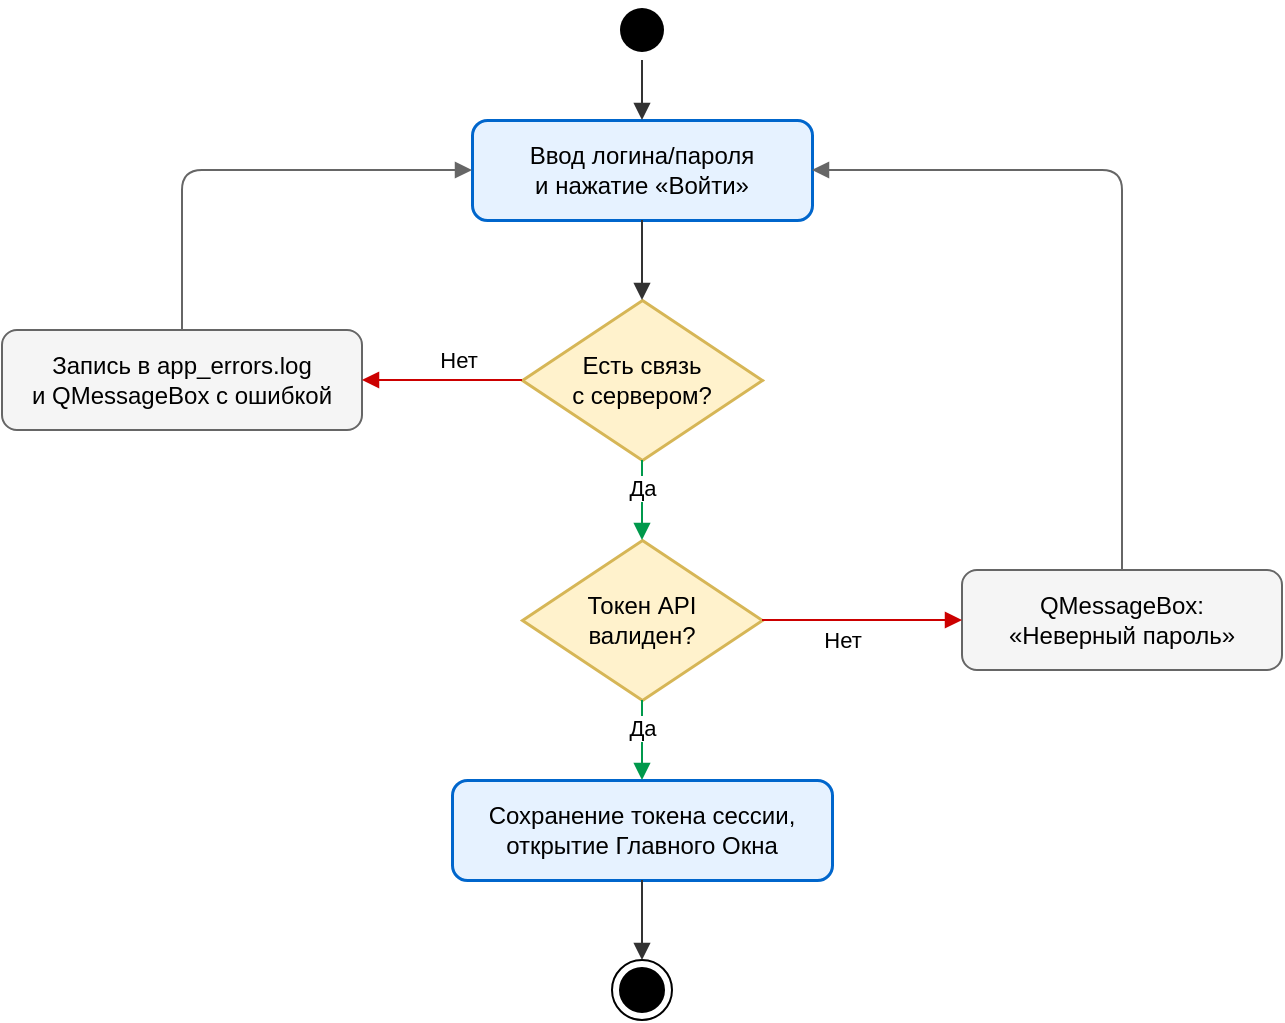
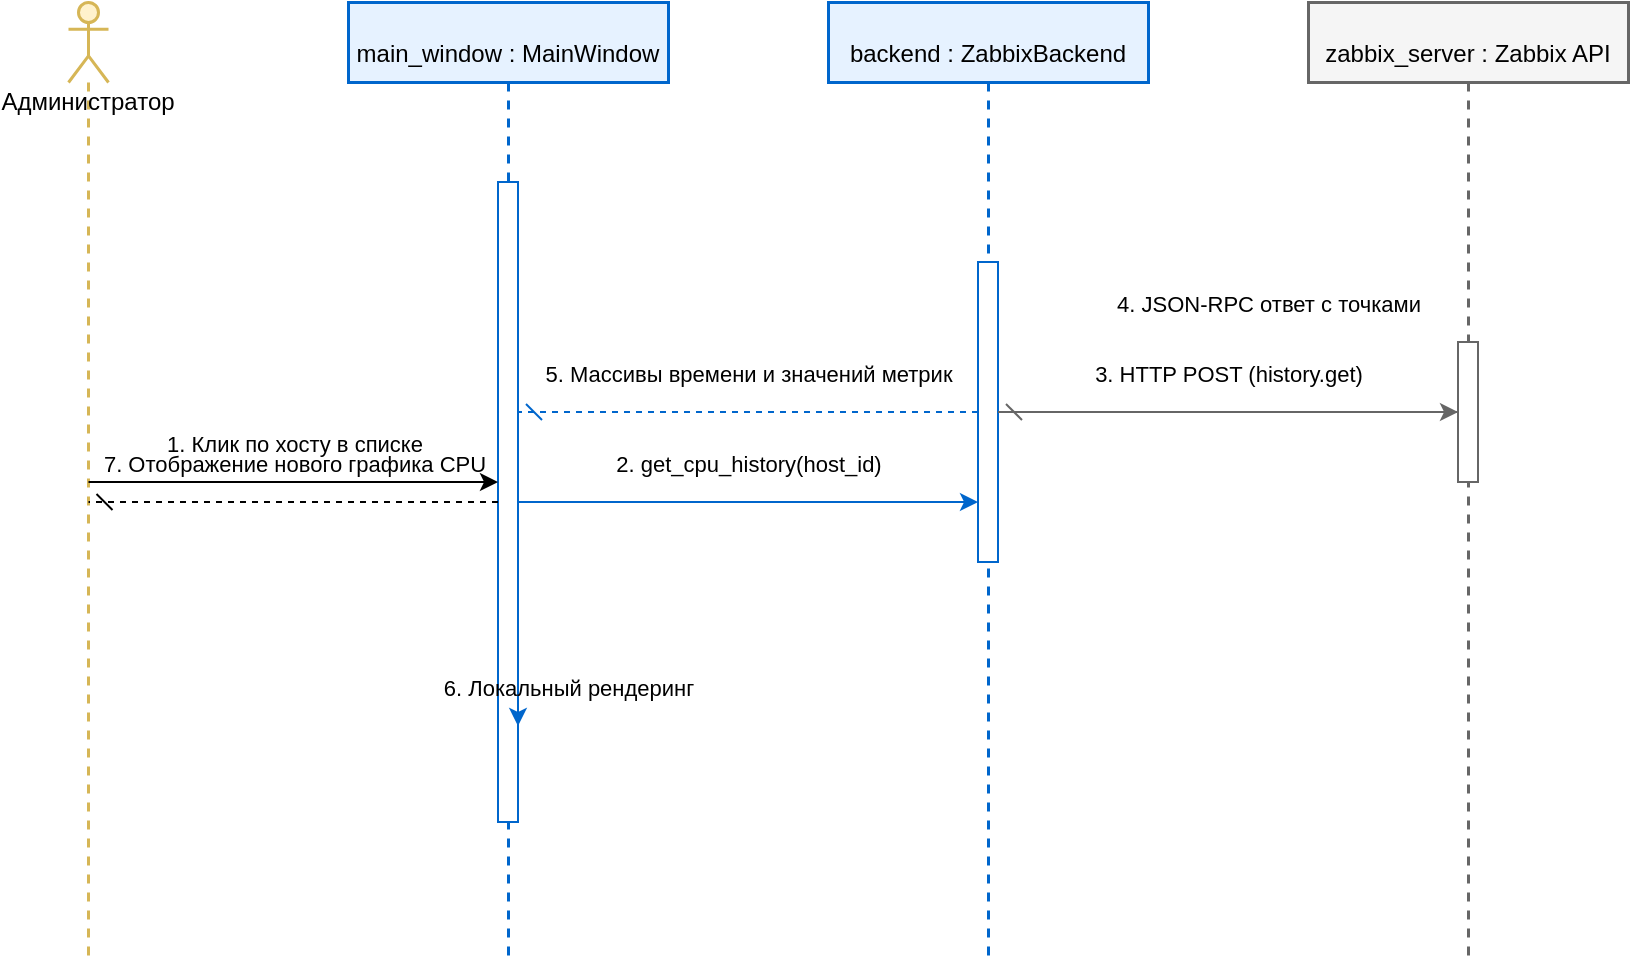
<mxfile host="app.diagrams.net">
-   <diagram name="Диаграмма деятельности" id="65SV-HAAZTgRo7S4jJKr">
-     <mxGraphModel dx="1516" dy="1313" grid="1" gridSize="10" guides="1" tooltips="1" connect="1" arrows="1" fold="1" page="1" pageScale="1" pageWidth="827" pageHeight="1169" math="0" shadow="0">
+   <diagram id="excalRGQqLyokMRfeQJw" name="Диаграмма последовательности">
+     <mxGraphModel dx="2343" dy="1313" grid="1" gridSize="10" guides="1" tooltips="1" connect="1" arrows="1" fold="1" page="1" pageScale="1" pageWidth="827" pageHeight="1169" math="0" shadow="0">
      <root>
        <mxCell id="0" />
        <mxCell id="1" parent="0" />
-         <mxCell id="gegtC7HxZWgpFShu-0Bw-91" parent="1" style="ellipse;html=1;shape=startState;fillColor=#000000;strokeColor=none;" value="" vertex="1">
-           <mxGeometry height="30" width="30" x="1555" y="230" as="geometry" />
+         <mxCell id="nHjHnhpBp_CfvuBjVPRU-119" parent="1" style="shape=umlLifeline;participant=umlActor;perimeter=lifelinePerimeter;whiteSpace=wrap;html=1;container=1;collapsible=0;recursiveResize=0;verticalAlign=top;spacingTop=36;outlineConnect=0;strokeWidth=1.5;fillColor=#FFF2CC;strokeColor=#D6B656;" value="Администратор" vertex="1">
+           <mxGeometry height="480" width="20" x="210" y="490" as="geometry" />
        </mxCell>
-         <mxCell id="gegtC7HxZWgpFShu-0Bw-92" parent="1" style="html=1;whiteSpace=wrap;rounded=1;fillColor=#E6F2FF;strokeColor=#0066CC;strokeWidth=1.5;align=center;" value="Ввод логина/пароля&#xa;и нажатие «Войти»" vertex="1">
-           <mxGeometry height="50" width="170" x="1485" y="290" as="geometry" />
+         <mxCell id="nHjHnhpBp_CfvuBjVPRU-120" parent="1" style="shape=umlLifeline;perimeter=lifelinePerimeter;whiteSpace=wrap;html=1;container=1;collapsible=0;recursiveResize=0;verticalAlign=top;spacingTop=12;outlineConnect=0;strokeWidth=1.5;fillColor=#E6F2FF;strokeColor=#0066CC;" value="main_window : MainWindow" vertex="1">
+           <mxGeometry height="480" width="160" x="350" y="490" as="geometry" />
        </mxCell>
-         <mxCell id="gegtC7HxZWgpFShu-0Bw-93" parent="1" style="rhombus;whiteSpace=wrap;html=1;fillColor=#FFF2CC;strokeColor=#D6B656;strokeWidth=1.5;align=center;" value="Есть связь&#xa;с сервером?" vertex="1">
-           <mxGeometry height="80" width="120" x="1510" y="380" as="geometry" />
+         <mxCell id="nHjHnhpBp_CfvuBjVPRU-121" parent="nHjHnhpBp_CfvuBjVPRU-120" style="html=1;points=[];perimeter=orthogonalPerimeter;fillColor=#FFFFFF;strokeColor=#0066CC;" value="" vertex="1">
+           <mxGeometry height="320" width="10" x="75" y="90" as="geometry" />
        </mxCell>
-         <mxCell id="gegtC7HxZWgpFShu-0Bw-94" parent="1" style="html=1;whiteSpace=wrap;rounded=1;fillColor=#F5F5F5;strokeColor=#666666;align=center;" value="Запись в app_errors.log&#xa;и QMessageBox с ошибкой" vertex="1">
-           <mxGeometry height="50" width="180" x="1250" y="395" as="geometry" />
+         <mxCell id="nHjHnhpBp_CfvuBjVPRU-122" parent="1" style="shape=umlLifeline;perimeter=lifelinePerimeter;whiteSpace=wrap;html=1;container=1;collapsible=0;recursiveResize=0;verticalAlign=top;spacingTop=12;outlineConnect=0;strokeWidth=1.5;fillColor=#E6F2FF;strokeColor=#0066CC;" value="backend : ZabbixBackend" vertex="1">
+           <mxGeometry height="480" width="160" x="590" y="490" as="geometry" />
        </mxCell>
-         <mxCell id="gegtC7HxZWgpFShu-0Bw-95" parent="1" style="rhombus;whiteSpace=wrap;html=1;fillColor=#FFF2CC;strokeColor=#D6B656;strokeWidth=1.5;align=center;" value="Токен API&#xa;валиден?" vertex="1">
-           <mxGeometry height="80" width="120" x="1510" y="500" as="geometry" />
+         <mxCell id="nHjHnhpBp_CfvuBjVPRU-123" parent="nHjHnhpBp_CfvuBjVPRU-122" style="html=1;points=[];perimeter=orthogonalPerimeter;fillColor=#FFFFFF;strokeColor=#0066CC;" value="" vertex="1">
+           <mxGeometry height="150" width="10" x="75" y="130" as="geometry" />
        </mxCell>
-         <mxCell id="gegtC7HxZWgpFShu-0Bw-96" parent="1" style="html=1;whiteSpace=wrap;rounded=1;fillColor=#F5F5F5;strokeColor=#666666;align=center;" value="QMessageBox:&#xa;«Неверный пароль»" vertex="1">
-           <mxGeometry height="50" width="160" x="1730" y="515" as="geometry" />
+         <mxCell id="nHjHnhpBp_CfvuBjVPRU-124" parent="1" style="shape=umlLifeline;perimeter=lifelinePerimeter;whiteSpace=wrap;html=1;container=1;collapsible=0;recursiveResize=0;verticalAlign=top;spacingTop=12;outlineConnect=0;strokeWidth=1.5;fillColor=#F5F5F5;strokeColor=#666666;" value="zabbix_server : Zabbix API" vertex="1">
+           <mxGeometry height="480" width="160" x="830" y="490" as="geometry" />
        </mxCell>
-         <mxCell id="gegtC7HxZWgpFShu-0Bw-97" parent="1" style="html=1;whiteSpace=wrap;rounded=1;fillColor=#E6F2FF;strokeColor=#0066CC;strokeWidth=1.5;align=center;" value="Сохранение токена сессии,&#xa;открытие Главного Окна" vertex="1">
-           <mxGeometry height="50" width="190" x="1475" y="620" as="geometry" />
+         <mxCell id="nHjHnhpBp_CfvuBjVPRU-125" parent="nHjHnhpBp_CfvuBjVPRU-124" style="html=1;points=[];perimeter=orthogonalPerimeter;fillColor=#FFFFFF;strokeColor=#666666;" value="" vertex="1">
+           <mxGeometry height="70" width="10" x="75" y="170" as="geometry" />
        </mxCell>
-         <mxCell id="gegtC7HxZWgpFShu-0Bw-98" parent="1" style="ellipse;html=1;shape=endState;fillColor=#000000;strokeColor=#000000;" value="" vertex="1">
-           <mxGeometry height="30" width="30" x="1555" y="710" as="geometry" />
-         </mxCell>
-         <mxCell id="gegtC7HxZWgpFShu-0Bw-99" edge="1" parent="1" source="gegtC7HxZWgpFShu-0Bw-91" style="endArrow=block;endFill=1;html=1;strokeColor=#333333;" target="gegtC7HxZWgpFShu-0Bw-92">
-           <mxGeometry relative="1" as="geometry" />
-         </mxCell>
-         <mxCell id="gegtC7HxZWgpFShu-0Bw-100" edge="1" parent="1" source="gegtC7HxZWgpFShu-0Bw-92" style="endArrow=block;endFill=1;html=1;strokeColor=#333333;" target="gegtC7HxZWgpFShu-0Bw-93">
-           <mxGeometry relative="1" as="geometry" />
-         </mxCell>
-         <mxCell id="gegtC7HxZWgpFShu-0Bw-101" edge="1" parent="1" source="gegtC7HxZWgpFShu-0Bw-93" style="endArrow=block;endFill=1;html=1;strokeColor=#CC0000;exitX=0;exitY=0.5;entryX=1;entryY=0.5;" target="gegtC7HxZWgpFShu-0Bw-94" value="Нет">
-           <mxGeometry relative="1" x="-0.2" y="-10" as="geometry">
+         <mxCell id="nHjHnhpBp_CfvuBjVPRU-126" edge="1" parent="1" source="nHjHnhpBp_CfvuBjVPRU-119" style="endArrow=classic;html=1;verticalAlign=bottom;labelBackgroundColor=none;" target="nHjHnhpBp_CfvuBjVPRU-121" value="1. Клик по хосту в списке">
+           <mxGeometry relative="1" y="10" as="geometry">
            <mxPoint as="offset" />
+             <mxPoint x="230" y="580" as="sourcePoint" />
+             <mxPoint x="420" y="580" as="targetPoint" />
          </mxGeometry>
        </mxCell>
-         <mxCell id="gegtC7HxZWgpFShu-0Bw-102" edge="1" parent="1" source="gegtC7HxZWgpFShu-0Bw-93" style="endArrow=block;endFill=1;html=1;strokeColor=#00994C;exitX=0.5;exitY=1;entryX=0.5;entryY=0;" target="gegtC7HxZWgpFShu-0Bw-95" value="Да">
-           <mxGeometry relative="1" x="-0.3" as="geometry">
+         <mxCell id="nHjHnhpBp_CfvuBjVPRU-127" edge="1" parent="1" source="nHjHnhpBp_CfvuBjVPRU-121" style="endArrow=classic;html=1;verticalAlign=bottom;labelBackgroundColor=none;strokeColor=#0066CC;" target="nHjHnhpBp_CfvuBjVPRU-123" value="2. get_cpu_history(host_id)">
+           <mxGeometry relative="1" y="10" as="geometry">
            <mxPoint as="offset" />
+             <mxPoint x="440" y="620" as="sourcePoint" />
+             <mxPoint x="650" y="620" as="targetPoint" />
          </mxGeometry>
        </mxCell>
-         <mxCell id="gegtC7HxZWgpFShu-0Bw-103" edge="1" parent="1" source="gegtC7HxZWgpFShu-0Bw-95" style="endArrow=block;endFill=1;html=1;strokeColor=#CC0000;exitX=1;exitY=0.5;entryX=0;entryY=0.5;" target="gegtC7HxZWgpFShu-0Bw-96" value="Нет">
-           <mxGeometry relative="1" x="-0.2" y="-10" as="geometry">
+         <mxCell id="nHjHnhpBp_CfvuBjVPRU-128" edge="1" parent="1" source="nHjHnhpBp_CfvuBjVPRU-123" style="endArrow=classic;html=1;verticalAlign=bottom;labelBackgroundColor=none;strokeColor=#666666;" target="nHjHnhpBp_CfvuBjVPRU-125" value="3. HTTP POST (history.get)">
+           <mxGeometry relative="1" y="10" as="geometry">
            <mxPoint as="offset" />
+             <mxPoint x="680" y="660" as="sourcePoint" />
+             <mxPoint x="890" y="660" as="targetPoint" />
          </mxGeometry>
        </mxCell>
-         <mxCell id="gegtC7HxZWgpFShu-0Bw-104" edge="1" parent="1" source="gegtC7HxZWgpFShu-0Bw-95" style="endArrow=block;endFill=1;html=1;strokeColor=#00994C;exitX=0.5;exitY=1;entryX=0.5;entryY=0;" target="gegtC7HxZWgpFShu-0Bw-97" value="Да">
-           <mxGeometry relative="1" x="-0.3" as="geometry">
+         <mxCell id="nHjHnhpBp_CfvuBjVPRU-129" edge="1" parent="1" source="nHjHnhpBp_CfvuBjVPRU-125" style="endArrow=dash;html=1;verticalAlign=bottom;labelBackgroundColor=none;strokeColor=#666666;dashed=1;endFill=1;" target="nHjHnhpBp_CfvuBjVPRU-123" value="4. JSON-RPC ответ с точками">
+           <mxGeometry relative="1" x="-0.1739" y="-45" as="geometry">
            <mxPoint as="offset" />
+             <mxPoint x="890" y="730" as="sourcePoint" />
+             <mxPoint x="680" y="730" as="targetPoint" />
          </mxGeometry>
        </mxCell>
-         <mxCell id="gegtC7HxZWgpFShu-0Bw-105" edge="1" parent="1" source="gegtC7HxZWgpFShu-0Bw-97" style="endArrow=block;endFill=1;html=1;strokeColor=#333333;exitX=0.5;exitY=1;entryX=0.5;entryY=0;" target="gegtC7HxZWgpFShu-0Bw-98">
-           <mxGeometry relative="1" as="geometry" />
+         <mxCell id="nHjHnhpBp_CfvuBjVPRU-130" edge="1" parent="1" source="nHjHnhpBp_CfvuBjVPRU-123" style="endArrow=dash;html=1;verticalAlign=bottom;labelBackgroundColor=none;strokeColor=#0066CC;dashed=1;endFill=1;" target="nHjHnhpBp_CfvuBjVPRU-121" value="5. Массивы времени и значений метрик">
+           <mxGeometry relative="1" y="-10" as="geometry">
+             <mxPoint as="offset" />
+             <mxPoint x="650" y="770" as="sourcePoint" />
+             <mxPoint x="440" y="770" as="targetPoint" />
+           </mxGeometry>
        </mxCell>
-         <mxCell id="gegtC7HxZWgpFShu-0Bw-106" edge="1" parent="1" source="gegtC7HxZWgpFShu-0Bw-94" style="endArrow=block;endFill=1;html=1;strokeColor=#666666;exitX=0.5;exitY=0;entryX=0;entryY=0.5;edgeStyle=orthogonalEdgeStyle;" target="gegtC7HxZWgpFShu-0Bw-92" value="">
-           <mxGeometry relative="1" as="geometry" />
+         <mxCell id="nHjHnhpBp_CfvuBjVPRU-131" edge="1" parent="1" source="nHjHnhpBp_CfvuBjVPRU-121" style="endArrow=classic;html=1;verticalAlign=bottom;labelBackgroundColor=none;strokeColor=#0066CC;edgeStyle=orthogonalEdgeStyle;exitX=1;exitY=0.75;entryX=1;entryY=0.85;" target="nHjHnhpBp_CfvuBjVPRU-121" value="6. Локальный рендеринг">
+           <mxGeometry relative="1" x="0.3333" y="25" as="geometry">
+             <mxPoint as="offset" />
+             <mxPoint x="440" y="800" as="sourcePoint" />
+             <mxPoint x="460" y="830" as="targetPoint" />
+           </mxGeometry>
        </mxCell>
-         <mxCell id="gegtC7HxZWgpFShu-0Bw-107" edge="1" parent="1" source="gegtC7HxZWgpFShu-0Bw-96" style="endArrow=block;endFill=1;html=1;strokeColor=#666666;exitX=0.5;exitY=0;entryX=1;entryY=0.5;edgeStyle=orthogonalEdgeStyle;" target="gegtC7HxZWgpFShu-0Bw-92" value="">
-           <mxGeometry relative="1" as="geometry" />
+         <mxCell id="nHjHnhpBp_CfvuBjVPRU-132" edge="1" parent="1" source="nHjHnhpBp_CfvuBjVPRU-121" style="endArrow=dash;html=1;verticalAlign=bottom;labelBackgroundColor=none;dashed=1;endFill=1;" target="nHjHnhpBp_CfvuBjVPRU-119" value="7. Отображение нового графика CPU">
+           <mxGeometry relative="1" y="-10" as="geometry">
+             <mxPoint as="offset" />
+             <mxPoint x="420" y="880" as="sourcePoint" />
+             <mxPoint x="230" y="880" as="targetPoint" />
+           </mxGeometry>
        </mxCell>
      </root>
    </mxGraphModel>
  </diagram>
</mxfile>
